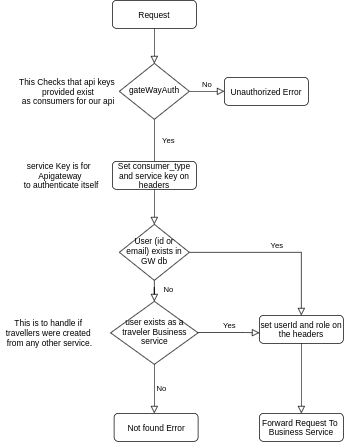
The draw.io diagram images/public-auth.png in mu-majid/trivago-case-study, before a commit. Source tidied: cells renumbered, new cells last; positions are measured from the earlier drawing's top-left corner, leaving out a move shared by most shapes. Source of this version:
```xml
<mxGraphModel>
  <root>
    <mxCell id="0" />
    <mxCell id="1" parent="0" />
    <mxCell id="2" style="rounded=0;html=1;jettySize=auto;fontSize=11;endArrow=block;endFill=0;endSize=8;strokeWidth=1;shadow=0;labelBackgroundColor=none;edgeStyle=orthogonalEdgeStyle;" parent="1" edge="1" source="3" target="6">
      <mxGeometry relative="1" as="geometry" />
    </mxCell>
    <mxCell id="3" value="Request" style="rounded=1;whiteSpace=wrap;html=1;fontSize=12;glass=0;strokeWidth=1;shadow=0;" parent="1" vertex="1">
      <mxGeometry x="160" width="120" height="40" as="geometry" />
    </mxCell>
    <mxCell id="4" value="Yes" style="rounded=0;html=1;jettySize=auto;fontSize=11;endArrow=block;endFill=0;endSize=8;strokeWidth=1;shadow=0;labelBackgroundColor=none;edgeStyle=orthogonalEdgeStyle;" parent="1" edge="1" source="6" target="10">
      <mxGeometry x="-0.6" y="20" relative="1" as="geometry" />
    </mxCell>
    <mxCell id="5" value="No" style="edgeStyle=orthogonalEdgeStyle;rounded=0;html=1;jettySize=auto;fontSize=11;endArrow=block;endFill=0;endSize=8;strokeWidth=1;shadow=0;labelBackgroundColor=none;" parent="1" edge="1" source="6" target="7">
      <mxGeometry y="10" relative="1" as="geometry" />
    </mxCell>
    <mxCell id="6" value="gateWayAuth" style="rhombus;whiteSpace=wrap;html=1;shadow=0;fontFamily=Helvetica;fontSize=12;align=center;strokeWidth=1;spacing=6;spacingTop=-4;" parent="1" vertex="1">
      <mxGeometry x="170" y="90" width="100" height="80" as="geometry" />
    </mxCell>
    <mxCell id="7" value="Unauthorized Error" style="rounded=1;whiteSpace=wrap;html=1;fontSize=12;glass=0;strokeWidth=1;shadow=0;" parent="1" vertex="1">
      <mxGeometry x="320" y="110" width="120" height="40" as="geometry" />
    </mxCell>
    <mxCell id="8" value="No" style="rounded=0;html=1;jettySize=auto;fontSize=11;endArrow=block;endFill=0;endSize=8;strokeWidth=1;shadow=0;labelBackgroundColor=none;edgeStyle=orthogonalEdgeStyle;" parent="1" edge="1" source="10">
      <mxGeometry x="0.33" y="20" relative="1" as="geometry">
        <mxPoint x="220" y="430" as="targetPoint" />
      </mxGeometry>
    </mxCell>
    <mxCell id="9" value="Yes" style="edgeStyle=orthogonalEdgeStyle;rounded=0;html=1;jettySize=auto;fontSize=11;endArrow=block;endFill=0;endSize=8;strokeWidth=1;shadow=0;labelBackgroundColor=none;entryX=0.5;entryY=0;entryDx=0;entryDy=0;" parent="1" edge="1" source="10" target="11">
      <mxGeometry y="10" relative="1" as="geometry" />
    </mxCell>
    <mxCell id="10" value="User (id or email) exists in GW db" style="rhombus;whiteSpace=wrap;html=1;shadow=0;fontFamily=Helvetica;fontSize=12;align=center;strokeWidth=1;spacing=6;spacingTop=-4;" parent="1" vertex="1">
      <mxGeometry x="170" y="320" width="100" height="80" as="geometry" />
    </mxCell>
    <mxCell id="11" value="set userId and role on the headers" style="rounded=1;whiteSpace=wrap;html=1;fontSize=12;glass=0;strokeWidth=1;shadow=0;" parent="1" vertex="1">
      <mxGeometry x="370" y="450" width="120" height="40" as="geometry" />
    </mxCell>
    <mxCell id="12" value="This Checks that api keys&lt;br&gt;&amp;nbsp;provided exist&lt;br&gt;&amp;nbsp;as consumers for our api" style="text;html=1;align=center;verticalAlign=middle;" parent="1" vertex="1">
      <mxGeometry x="20" y="105" width="150" height="50" as="geometry" />
    </mxCell>
    <mxCell id="13" value="Set consumer_type and service key on headers" style="rounded=1;whiteSpace=wrap;html=1;fontSize=12;glass=0;strokeWidth=1;shadow=0;" parent="1" vertex="1">
      <mxGeometry x="160" y="230" width="120" height="40" as="geometry" />
    </mxCell>
    <mxCell id="14" value="service Key is for &lt;br&gt;Apigateway&lt;br&gt;&amp;nbsp;to authenticate itself" style="text;html=1;align=center;verticalAlign=middle;" parent="1" vertex="1">
      <mxGeometry x="20" y="225" width="130" height="50" as="geometry" />
    </mxCell>
    <mxCell id="15" value="This is to handle if &lt;br&gt;travellers were created &lt;br&gt;from any other service.&lt;br&gt;" style="text;html=1;align=center;verticalAlign=middle;" parent="1" vertex="1">
      <mxGeometry y="450" width="140" height="50" as="geometry" />
    </mxCell>
    <mxCell id="16" value="&lt;span style=&quot;white-space: normal&quot;&gt;user exists as a traveler Business service&lt;/span&gt;" style="rhombus;whiteSpace=wrap;html=1;shadow=0;fontFamily=Helvetica;fontSize=12;align=center;strokeWidth=1;spacing=6;spacingTop=-4;" parent="1" vertex="1">
      <mxGeometry x="157.5" y="430" width="125" height="90" as="geometry" />
    </mxCell>
    <mxCell id="17" value="Yes" style="edgeStyle=orthogonalEdgeStyle;rounded=0;html=1;jettySize=auto;orthogonalLoop=1;fontSize=11;endArrow=block;endFill=0;endSize=8;strokeWidth=1;shadow=0;labelBackgroundColor=none;" parent="1" edge="1">
      <mxGeometry y="10" relative="1" as="geometry">
        <mxPoint x="282.5" y="474.5" as="sourcePoint" />
        <mxPoint x="370" y="475" as="targetPoint" />
        <Array as="points">
          <mxPoint x="350" y="475" />
          <mxPoint x="350" y="475" />
        </Array>
      </mxGeometry>
    </mxCell>
    <mxCell id="18" value="No" style="edgeStyle=orthogonalEdgeStyle;rounded=0;html=1;jettySize=auto;fontSize=11;endArrow=block;endFill=0;endSize=8;strokeWidth=1;shadow=0;labelBackgroundColor=none;exitX=0.5;exitY=1;exitDx=0;exitDy=0;" parent="1" edge="1" source="16">
      <mxGeometry y="10" relative="1" as="geometry">
        <mxPoint x="220" y="590" as="targetPoint" />
      </mxGeometry>
    </mxCell>
    <mxCell id="19" value="Not found Error" style="rounded=1;whiteSpace=wrap;html=1;fontSize=12;glass=0;strokeWidth=1;shadow=0;" parent="1" vertex="1">
      <mxGeometry x="162.5" y="590" width="120" height="40" as="geometry" />
    </mxCell>
    <mxCell id="20" style="edgeStyle=orthogonalEdgeStyle;rounded=0;html=1;jettySize=auto;fontSize=11;endArrow=block;endFill=0;endSize=8;strokeWidth=1;shadow=0;labelBackgroundColor=none;exitX=0.5;exitY=1;exitDx=0;exitDy=0;entryX=0.5;entryY=0;entryDx=0;entryDy=0;" parent="1" edge="1" source="11" target="21">
      <mxGeometry y="10" relative="1" as="geometry" />
    </mxCell>
    <mxCell id="21" value="Forward Request To&amp;nbsp;&lt;br&gt;Business Service" style="rounded=1;whiteSpace=wrap;html=1;fontSize=12;glass=0;strokeWidth=1;shadow=0;" parent="1" vertex="1">
      <mxGeometry x="370" y="590" width="120" height="40" as="geometry" />
    </mxCell>
  </root>
</mxGraphModel>
```
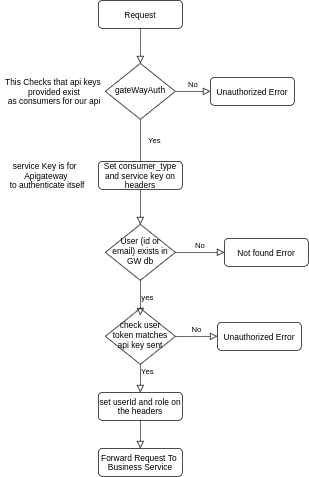
The same file after the commit.

Diff of the diagram source:
```diff
@@ -20,19 +20,11 @@
     <mxCell id="7" value="Unauthorized Error" style="rounded=1;whiteSpace=wrap;html=1;fontSize=12;glass=0;strokeWidth=1;shadow=0;" parent="1" vertex="1">
       <mxGeometry x="320" y="110" width="120" height="40" as="geometry" />
     </mxCell>
-    <mxCell id="8" value="No" style="rounded=0;html=1;jettySize=auto;fontSize=11;endArrow=block;endFill=0;endSize=8;strokeWidth=1;shadow=0;labelBackgroundColor=none;edgeStyle=orthogonalEdgeStyle;" parent="1" edge="1" source="10">
-      <mxGeometry x="0.33" y="20" relative="1" as="geometry">
-        <mxPoint x="220" y="430" as="targetPoint" />
-      </mxGeometry>
-    </mxCell>
-    <mxCell id="9" value="Yes" style="edgeStyle=orthogonalEdgeStyle;rounded=0;html=1;jettySize=auto;fontSize=11;endArrow=block;endFill=0;endSize=8;strokeWidth=1;shadow=0;labelBackgroundColor=none;entryX=0.5;entryY=0;entryDx=0;entryDy=0;" parent="1" edge="1" source="10" target="11">
-      <mxGeometry y="10" relative="1" as="geometry" />
-    </mxCell>
     <mxCell id="10" value="User (id or email) exists in GW db" style="rhombus;whiteSpace=wrap;html=1;shadow=0;fontFamily=Helvetica;fontSize=12;align=center;strokeWidth=1;spacing=6;spacingTop=-4;" parent="1" vertex="1">
       <mxGeometry x="170" y="320" width="100" height="80" as="geometry" />
     </mxCell>
     <mxCell id="11" value="set userId and role on the headers" style="rounded=1;whiteSpace=wrap;html=1;fontSize=12;glass=0;strokeWidth=1;shadow=0;" parent="1" vertex="1">
-      <mxGeometry x="370" y="450" width="120" height="40" as="geometry" />
+      <mxGeometry x="160" y="560" width="120" height="40" as="geometry" />
     </mxCell>
     <mxCell id="12" value="This Checks that api keys&lt;br&gt;&amp;nbsp;provided exist&lt;br&gt;&amp;nbsp;as consumers for our api" style="text;html=1;align=center;verticalAlign=middle;" parent="1" vertex="1">
       <mxGeometry x="20" y="105" width="150" height="50" as="geometry" />
@@ -43,35 +35,38 @@
     <mxCell id="14" value="service Key is for &lt;br&gt;Apigateway&lt;br&gt;&amp;nbsp;to authenticate itself" style="text;html=1;align=center;verticalAlign=middle;" parent="1" vertex="1">
       <mxGeometry x="20" y="225" width="130" height="50" as="geometry" />
     </mxCell>
-    <mxCell id="15" value="This is to handle if &lt;br&gt;travellers were created &lt;br&gt;from any other service.&lt;br&gt;" style="text;html=1;align=center;verticalAlign=middle;" parent="1" vertex="1">
-      <mxGeometry y="450" width="140" height="50" as="geometry" />
-    </mxCell>
-    <mxCell id="16" value="&lt;span style=&quot;white-space: normal&quot;&gt;user exists as a traveler Business service&lt;/span&gt;" style="rhombus;whiteSpace=wrap;html=1;shadow=0;fontFamily=Helvetica;fontSize=12;align=center;strokeWidth=1;spacing=6;spacingTop=-4;" parent="1" vertex="1">
-      <mxGeometry x="157.5" y="430" width="125" height="90" as="geometry" />
-    </mxCell>
-    <mxCell id="17" value="Yes" style="edgeStyle=orthogonalEdgeStyle;rounded=0;html=1;jettySize=auto;orthogonalLoop=1;fontSize=11;endArrow=block;endFill=0;endSize=8;strokeWidth=1;shadow=0;labelBackgroundColor=none;" parent="1" edge="1">
-      <mxGeometry y="10" relative="1" as="geometry">
-        <mxPoint x="282.5" y="474.5" as="sourcePoint" />
-        <mxPoint x="370" y="475" as="targetPoint" />
-        <Array as="points">
-          <mxPoint x="350" y="475" />
-          <mxPoint x="350" y="475" />
-        </Array>
-      </mxGeometry>
-    </mxCell>
-    <mxCell id="18" value="No" style="edgeStyle=orthogonalEdgeStyle;rounded=0;html=1;jettySize=auto;fontSize=11;endArrow=block;endFill=0;endSize=8;strokeWidth=1;shadow=0;labelBackgroundColor=none;exitX=0.5;exitY=1;exitDx=0;exitDy=0;" parent="1" edge="1" source="16">
-      <mxGeometry y="10" relative="1" as="geometry">
-        <mxPoint x="220" y="590" as="targetPoint" />
+    <mxCell id="18" value="Yes" style="edgeStyle=orthogonalEdgeStyle;rounded=0;html=1;jettySize=auto;fontSize=11;endArrow=block;endFill=0;endSize=8;strokeWidth=1;shadow=0;labelBackgroundColor=none;exitX=0.5;exitY=1;exitDx=0;exitDy=0;" parent="1" edge="1" source="22">
+      <mxGeometry x="-0.5" y="10" relative="1" as="geometry">
+        <mxPoint x="220" y="560" as="targetPoint" />
       </mxGeometry>
     </mxCell>
     <mxCell id="19" value="Not found Error" style="rounded=1;whiteSpace=wrap;html=1;fontSize=12;glass=0;strokeWidth=1;shadow=0;" parent="1" vertex="1">
-      <mxGeometry x="162.5" y="590" width="120" height="40" as="geometry" />
+      <mxGeometry x="340" y="340" width="120" height="40" as="geometry" />
     </mxCell>
     <mxCell id="20" style="edgeStyle=orthogonalEdgeStyle;rounded=0;html=1;jettySize=auto;fontSize=11;endArrow=block;endFill=0;endSize=8;strokeWidth=1;shadow=0;labelBackgroundColor=none;exitX=0.5;exitY=1;exitDx=0;exitDy=0;entryX=0.5;entryY=0;entryDx=0;entryDy=0;" parent="1" edge="1" source="11" target="21">
       <mxGeometry y="10" relative="1" as="geometry" />
     </mxCell>
     <mxCell id="21" value="Forward Request To&amp;nbsp;&lt;br&gt;Business Service" style="rounded=1;whiteSpace=wrap;html=1;fontSize=12;glass=0;strokeWidth=1;shadow=0;" parent="1" vertex="1">
-      <mxGeometry x="370" y="590" width="120" height="40" as="geometry" />
+      <mxGeometry x="160" y="640" width="120" height="40" as="geometry" />
     </mxCell>
+    <mxCell id="22" value="check user token matches api key sent" style="rhombus;whiteSpace=wrap;html=1;shadow=0;fontFamily=Helvetica;fontSize=12;align=center;strokeWidth=1;spacing=6;spacingTop=-4;" parent="1" vertex="1">
+      <mxGeometry x="170" y="440" width="100" height="80" as="geometry" />
+    </mxCell>
+    <mxCell id="23" value="yes" style="edgeStyle=orthogonalEdgeStyle;rounded=0;html=1;jettySize=auto;fontSize=11;endArrow=block;endFill=0;endSize=8;strokeWidth=1;shadow=0;labelBackgroundColor=none;exitX=0.5;exitY=1;exitDx=0;exitDy=0;" parent="1" edge="1" source="10">
+      <mxGeometry y="10" relative="1" as="geometry">
+        <mxPoint x="220" y="450" as="targetPoint" />
+      </mxGeometry>
+    </mxCell>
+    <mxCell id="24" value="No" style="edgeStyle=orthogonalEdgeStyle;rounded=0;html=1;jettySize=auto;fontSize=11;endArrow=block;endFill=0;endSize=8;strokeWidth=1;shadow=0;labelBackgroundColor=none;exitX=1;exitY=0.5;exitDx=0;exitDy=0;entryX=0;entryY=0.5;entryDx=0;entryDy=0;" parent="1" edge="1" source="10" target="19">
+      <mxGeometry y="10" relative="1" as="geometry" />
+    </mxCell>
+    <mxCell id="25" value="Unauthorized Error" style="rounded=1;whiteSpace=wrap;html=1;fontSize=12;glass=0;strokeWidth=1;shadow=0;" parent="1" vertex="1">
+      <mxGeometry x="330" y="460" width="120" height="40" as="geometry" />
+    </mxCell>
+    <mxCell id="26" value="No" style="edgeStyle=orthogonalEdgeStyle;rounded=0;html=1;jettySize=auto;fontSize=11;endArrow=block;endFill=0;endSize=8;strokeWidth=1;shadow=0;labelBackgroundColor=none;exitX=1;exitY=0.5;exitDx=0;exitDy=0;" parent="1" edge="1" source="22">
+      <mxGeometry y="10" relative="1" as="geometry">
+        <mxPoint x="330" y="480" as="targetPoint" />
+      </mxGeometry>
+    </mxCell>
   </root>
 </mxGraphModel>
```
